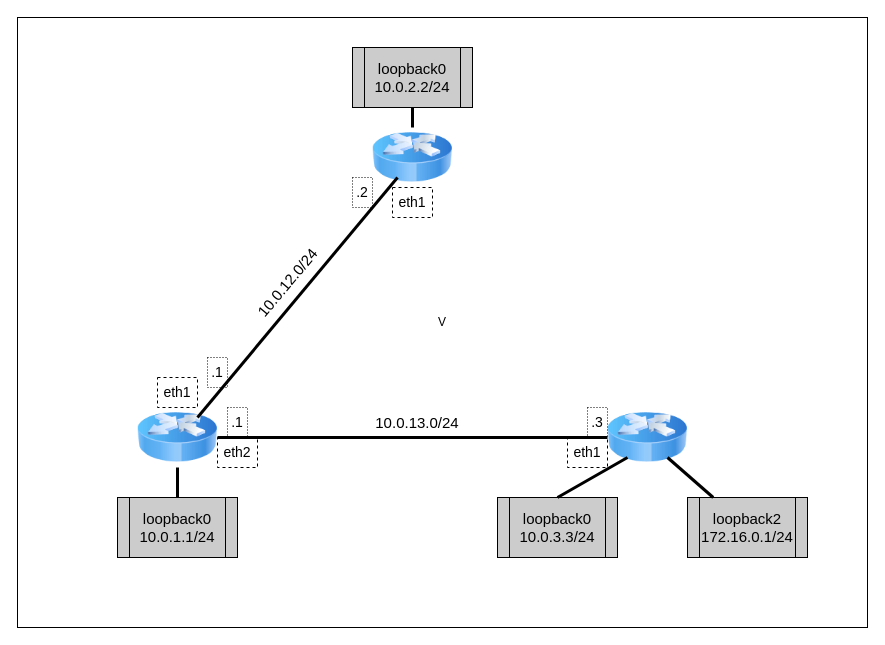
This is 07_OSPF_Routing/Attached_materials/07_OSPF_Routing.drawio from UsamG1t/Nets_ASVK_Labs, a draw.io file, before an edit. Source tidied: cells renumbered, new cells numbered last; positions are measured from the earlier drawing's top-left corner, leaving out a move shared by most shapes. Both pictures are drawn from the tidied source at 100%, with x=0, y=0 at pixel (17, 17).
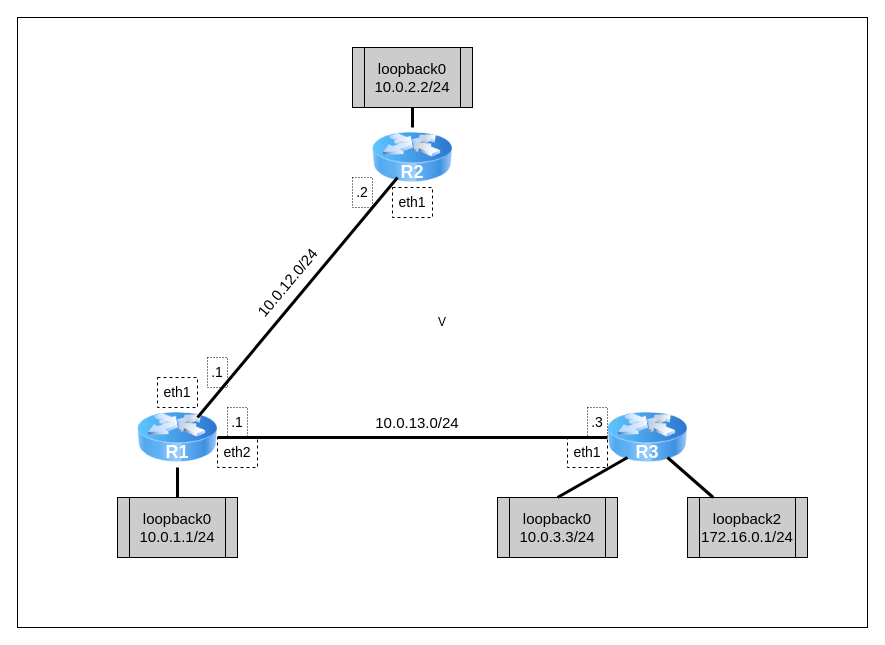
The same diagram, later.

Change to the diagram source:
```diff
@@
+    <mxCell id="26" value="&lt;font style=&quot;font-size: 18px;&quot;&gt;&lt;b style=&quot;&quot;&gt;R1&lt;/b&gt;&lt;/font&gt;" style="text;html=1;align=center;verticalAlign=middle;whiteSpace=wrap;rounded=0;perimeterSpacing=3;dashed=1;strokeColor=none;fillColor=none;fontColor=#FFFFFF;" parent="1" vertex="1">
+      <mxGeometry x="140" y="420" width="40" height="30" as="geometry" />
+    </mxCell>
+    <mxCell id="27" value="&lt;font style=&quot;font-size: 18px;&quot;&gt;&lt;b style=&quot;&quot;&gt;R2&lt;/b&gt;&lt;/font&gt;" style="text;html=1;align=center;verticalAlign=middle;whiteSpace=wrap;rounded=0;perimeterSpacing=3;dashed=1;strokeColor=none;fillColor=none;fontColor=#FFFFFF;" parent="1" vertex="1">
+      <mxGeometry x="375" y="140" width="40" height="30" as="geometry" />
+    </mxCell>
+    <mxCell id="28" value="&lt;font style=&quot;font-size: 18px;&quot;&gt;&lt;b style=&quot;&quot;&gt;R3&lt;/b&gt;&lt;/font&gt;" style="text;html=1;align=center;verticalAlign=middle;whiteSpace=wrap;rounded=0;perimeterSpacing=3;dashed=1;strokeColor=none;fillColor=none;fontColor=#FFFFFF;" parent="1" vertex="1">
+      <mxGeometry x="610" y="420" width="40" height="30" as="geometry" />
+    </mxCell>
```
